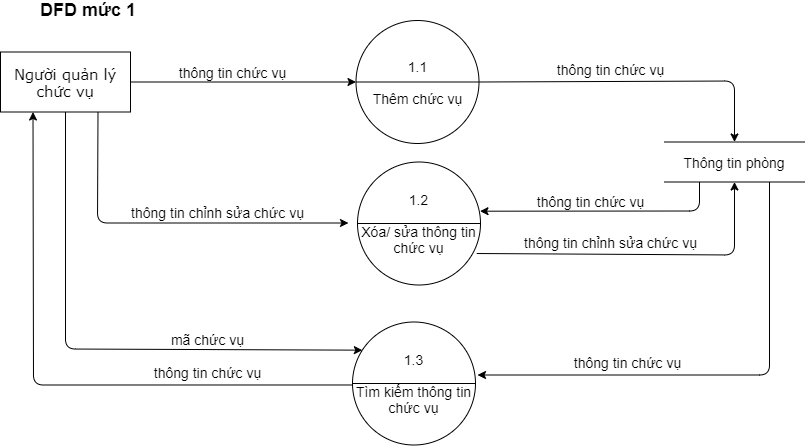
Earlier version of the draw.io export Phan_Tich_Thiet_Ke/DFD/QuanLyChucVu/DFD_Muc1_QuanLyChucVu.png (KNhaa/DoAnCNPM). Source tidied: cells renumbered, new cells last; positions are measured from the earlier drawing's top-left corner, leaving out a move shared by most shapes. The source it was exported from:
```xml
<mxGraphModel>
  <root>
    <mxCell id="0" />
    <mxCell id="1" parent="0" />
    <mxCell id="2" value="&lt;font face=&quot;Verdana&quot;&gt;&lt;span style=&quot;font-size: 14.6667px&quot;&gt;Người quản lý chức vụ&lt;/span&gt;&lt;/font&gt;" style="rounded=0;whiteSpace=wrap;html=1;" parent="1" vertex="1">
      <mxGeometry y="51.5" width="130" height="60" as="geometry" />
    </mxCell>
    <mxCell id="3" value="&lt;font style=&quot;font-size: 14px&quot;&gt;Thông tin phòng&lt;/font&gt;" style="shape=partialRectangle;whiteSpace=wrap;html=1;left=0;right=0;" parent="1" vertex="1">
      <mxGeometry x="664" y="141.5" width="140" height="40" as="geometry" />
    </mxCell>
    <mxCell id="4" style="endArrow=classic;html=1;exitX=1;exitY=0.5;exitDx=0;exitDy=0;entryX=0;entryY=0.5;entryDx=0;entryDy=0;" parent="1" edge="1" source="2" target="20">
      <mxGeometry relative="1" as="geometry" />
    </mxCell>
    <mxCell id="5" style="endArrow=classic;html=1;exitX=0.75;exitY=1;exitDx=0;exitDy=0;entryX=0.007;entryY=0.3;entryDx=0;entryDy=0;entryPerimeter=0;" parent="1" edge="1" source="2">
      <mxGeometry relative="1" as="geometry">
        <mxPoint x="348" y="222.5" as="targetPoint" />
        <Array as="points">
          <mxPoint x="97" y="222.5" />
        </Array>
      </mxGeometry>
    </mxCell>
    <mxCell id="6" style="endArrow=classic;html=1;exitX=0.5;exitY=1;exitDx=0;exitDy=0;entryX=0.08;entryY=0.229;entryDx=0;entryDy=0;entryPerimeter=0;" parent="1" edge="1" source="2" target="22">
      <mxGeometry relative="1" as="geometry">
        <Array as="points">
          <mxPoint x="65" y="348.5" />
        </Array>
      </mxGeometry>
    </mxCell>
    <mxCell id="7" style="endArrow=classic;html=1;exitX=1;exitY=0.5;exitDx=0;exitDy=0;entryX=0.5;entryY=0;entryDx=0;entryDy=0;" parent="1" edge="1" source="20" target="3">
      <mxGeometry relative="1" as="geometry">
        <Array as="points">
          <mxPoint x="734" y="80.5" />
        </Array>
      </mxGeometry>
    </mxCell>
    <mxCell id="8" style="endArrow=classic;html=1;exitX=0.25;exitY=1;exitDx=0;exitDy=0;entryX=0.996;entryY=0.4;entryDx=0;entryDy=0;entryPerimeter=0;" parent="1" edge="1" source="3" target="21">
      <mxGeometry relative="1" as="geometry">
        <Array as="points">
          <mxPoint x="699" y="210.5" />
        </Array>
      </mxGeometry>
    </mxCell>
    <mxCell id="9" style="endArrow=classic;html=1;entryX=0.5;entryY=1;entryDx=0;entryDy=0;exitX=0.969;exitY=0.744;exitDx=0;exitDy=0;exitPerimeter=0;" parent="1" edge="1" source="21" target="3">
      <mxGeometry relative="1" as="geometry">
        <Array as="points">
          <mxPoint x="734" y="254.5" />
        </Array>
      </mxGeometry>
    </mxCell>
    <mxCell id="10" style="endArrow=classic;html=1;exitX=0.75;exitY=1;exitDx=0;exitDy=0;" parent="1" edge="1" source="3">
      <mxGeometry relative="1" as="geometry">
        <mxPoint x="477" y="374.5" as="targetPoint" />
        <Array as="points">
          <mxPoint x="769" y="374.5" />
        </Array>
      </mxGeometry>
    </mxCell>
    <mxCell id="11" style="endArrow=classic;html=1;exitX=0.041;exitY=0.512;exitDx=0;exitDy=0;exitPerimeter=0;entryX=0.25;entryY=1;entryDx=0;entryDy=0;" parent="1" edge="1" source="22" target="2">
      <mxGeometry relative="1" as="geometry">
        <Array as="points">
          <mxPoint x="33" y="384.5" />
        </Array>
      </mxGeometry>
    </mxCell>
    <mxCell id="12" value="&lt;span style=&quot;font-size: 14px&quot;&gt;thông tin&amp;nbsp;&lt;/span&gt;&lt;span style=&quot;font-size: 14px&quot;&gt;chức vụ&lt;/span&gt;" style="text;html=1;align=center;verticalAlign=middle;" parent="1" vertex="1">
      <mxGeometry x="172" y="61.5" width="120" height="20" as="geometry" />
    </mxCell>
    <mxCell id="13" value="&lt;span style=&quot;font-size: 14px&quot;&gt;thông tin&amp;nbsp;&lt;/span&gt;&lt;span style=&quot;font-size: 14px&quot;&gt;chức vụ&lt;/span&gt;" style="text;html=1;align=center;verticalAlign=middle;" parent="1" vertex="1">
      <mxGeometry x="530" y="190.5" width="120" height="20" as="geometry" />
    </mxCell>
    <mxCell id="14" value="&lt;span style=&quot;font-size: 14px&quot;&gt;thông tin&amp;nbsp;&lt;/span&gt;&lt;span style=&quot;font-size: 14px&quot;&gt;chức vụ&lt;/span&gt;" style="text;html=1;align=center;verticalAlign=middle;" parent="1" vertex="1">
      <mxGeometry x="550" y="58.5" width="120" height="20" as="geometry" />
    </mxCell>
    <mxCell id="15" value="&lt;span style=&quot;font-size: 14px&quot;&gt;thông tin chỉnh sửa chức vụ&lt;/span&gt;" style="text;html=1;align=center;verticalAlign=middle;" parent="1" vertex="1">
      <mxGeometry x="122" y="201.5" width="190" height="20" as="geometry" />
    </mxCell>
    <mxCell id="16" value="&lt;span style=&quot;font-size: 14px&quot;&gt;thông tin chỉnh sửa chức vụ&lt;/span&gt;" style="text;html=1;align=center;verticalAlign=middle;" parent="1" vertex="1">
      <mxGeometry x="515" y="231.5" width="190" height="20" as="geometry" />
    </mxCell>
    <mxCell id="17" value="&lt;font style=&quot;font-size: 14px&quot;&gt;mã chức vụ&lt;/font&gt;" style="text;html=1;align=center;verticalAlign=middle;" parent="1" vertex="1">
      <mxGeometry x="162" y="328.5" width="90" height="20" as="geometry" />
    </mxCell>
    <mxCell id="18" value="&lt;span style=&quot;font-size: 14px&quot;&gt;thông tin&amp;nbsp;&lt;/span&gt;&lt;span style=&quot;font-size: 14px&quot;&gt;chức vụ&lt;/span&gt;" style="text;html=1;align=center;verticalAlign=middle;" parent="1" vertex="1">
      <mxGeometry x="567" y="351.5" width="120" height="20" as="geometry" />
    </mxCell>
    <mxCell id="19" value="&lt;span style=&quot;font-size: 14px&quot;&gt;thông tin&amp;nbsp;&lt;/span&gt;&lt;span style=&quot;font-size: 14px&quot;&gt;chức vụ&lt;/span&gt;" style="text;html=1;align=center;verticalAlign=middle;" parent="1" vertex="1">
      <mxGeometry x="147" y="361.5" width="120" height="20" as="geometry" />
    </mxCell>
    <mxCell id="20" value="&lt;font style=&quot;font-size: 14px&quot;&gt;1.1&lt;br&gt;&lt;br&gt;Thêm chức vụ&lt;br&gt;&lt;/font&gt;" style="shape=lineEllipse;perimeter=ellipsePerimeter;whiteSpace=wrap;html=1;backgroundOutline=1;" parent="1" vertex="1">
      <mxGeometry x="355.5" y="20" width="123" height="123" as="geometry" />
    </mxCell>
    <mxCell id="21" value="&lt;font style=&quot;font-size: 14px&quot;&gt;1.2&lt;br&gt;&lt;br&gt;Xóa/ sửa thông tin chức vụ&lt;br&gt;&lt;/font&gt;" style="shape=lineEllipse;perimeter=ellipsePerimeter;whiteSpace=wrap;html=1;backgroundOutline=1;" parent="1" vertex="1">
      <mxGeometry x="357" y="161.5" width="123" height="123" as="geometry" />
    </mxCell>
    <mxCell id="22" value="&lt;font style=&quot;font-size: 14px&quot;&gt;1.3&lt;br&gt;&lt;br&gt;Tìm kiếm thông tin chức vụ&lt;br&gt;&lt;/font&gt;" style="shape=lineEllipse;perimeter=ellipsePerimeter;whiteSpace=wrap;html=1;backgroundOutline=1;" parent="1" vertex="1">
      <mxGeometry x="352" y="321.5" width="123" height="123" as="geometry" />
    </mxCell>
    <mxCell id="23" value="&lt;font style=&quot;font-size: 18px&quot;&gt;&lt;b&gt;DFD mức 1&lt;/b&gt;&lt;/font&gt;" style="text;html=1;strokeColor=none;fillColor=none;align=center;verticalAlign=middle;whiteSpace=wrap;rounded=0;" parent="1" vertex="1">
      <mxGeometry x="8" width="160" height="20" as="geometry" />
    </mxCell>
  </root>
</mxGraphModel>
```
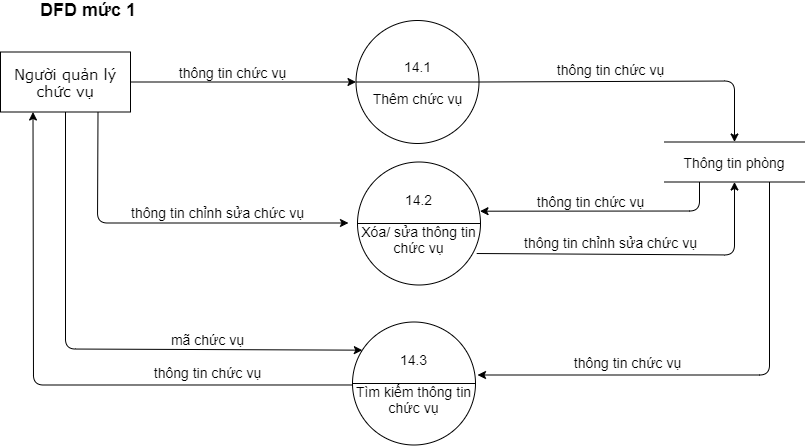
Above is the later version.

Change to the diagram source:
```diff
@@ -86,13 +86,13 @@
     <mxCell id="19" value="&lt;span style=&quot;font-size: 14px&quot;&gt;thông tin&amp;nbsp;&lt;/span&gt;&lt;span style=&quot;font-size: 14px&quot;&gt;chức vụ&lt;/span&gt;" style="text;html=1;align=center;verticalAlign=middle;" parent="1" vertex="1">
       <mxGeometry x="147" y="361.5" width="120" height="20" as="geometry" />
     </mxCell>
-    <mxCell id="20" value="&lt;font style=&quot;font-size: 14px&quot;&gt;1.1&lt;br&gt;&lt;br&gt;Thêm chức vụ&lt;br&gt;&lt;/font&gt;" style="shape=lineEllipse;perimeter=ellipsePerimeter;whiteSpace=wrap;html=1;backgroundOutline=1;" parent="1" vertex="1">
+    <mxCell id="20" value="&lt;font style=&quot;font-size: 14px&quot;&gt;14.1&lt;br&gt;&lt;br&gt;Thêm chức vụ&lt;br&gt;&lt;/font&gt;" style="shape=lineEllipse;perimeter=ellipsePerimeter;whiteSpace=wrap;html=1;backgroundOutline=1;" parent="1" vertex="1">
       <mxGeometry x="355.5" y="20" width="123" height="123" as="geometry" />
     </mxCell>
-    <mxCell id="21" value="&lt;font style=&quot;font-size: 14px&quot;&gt;1.2&lt;br&gt;&lt;br&gt;Xóa/ sửa thông tin chức vụ&lt;br&gt;&lt;/font&gt;" style="shape=lineEllipse;perimeter=ellipsePerimeter;whiteSpace=wrap;html=1;backgroundOutline=1;" parent="1" vertex="1">
+    <mxCell id="21" value="&lt;font style=&quot;font-size: 14px&quot;&gt;14.2&lt;br&gt;&lt;br&gt;Xóa/ sửa thông tin chức vụ&lt;br&gt;&lt;/font&gt;" style="shape=lineEllipse;perimeter=ellipsePerimeter;whiteSpace=wrap;html=1;backgroundOutline=1;" parent="1" vertex="1">
       <mxGeometry x="357" y="161.5" width="123" height="123" as="geometry" />
     </mxCell>
-    <mxCell id="22" value="&lt;font style=&quot;font-size: 14px&quot;&gt;1.3&lt;br&gt;&lt;br&gt;Tìm kiếm thông tin chức vụ&lt;br&gt;&lt;/font&gt;" style="shape=lineEllipse;perimeter=ellipsePerimeter;whiteSpace=wrap;html=1;backgroundOutline=1;" parent="1" vertex="1">
+    <mxCell id="22" value="&lt;font style=&quot;font-size: 14px&quot;&gt;14.3&lt;br&gt;&lt;br&gt;Tìm kiếm thông tin chức vụ&lt;br&gt;&lt;/font&gt;" style="shape=lineEllipse;perimeter=ellipsePerimeter;whiteSpace=wrap;html=1;backgroundOutline=1;" parent="1" vertex="1">
       <mxGeometry x="352" y="321.5" width="123" height="123" as="geometry" />
     </mxCell>
     <mxCell id="23" value="&lt;font style=&quot;font-size: 18px&quot;&gt;&lt;b&gt;DFD mức 1&lt;/b&gt;&lt;/font&gt;" style="text;html=1;strokeColor=none;fillColor=none;align=center;verticalAlign=middle;whiteSpace=wrap;rounded=0;" parent="1" vertex="1">
```
